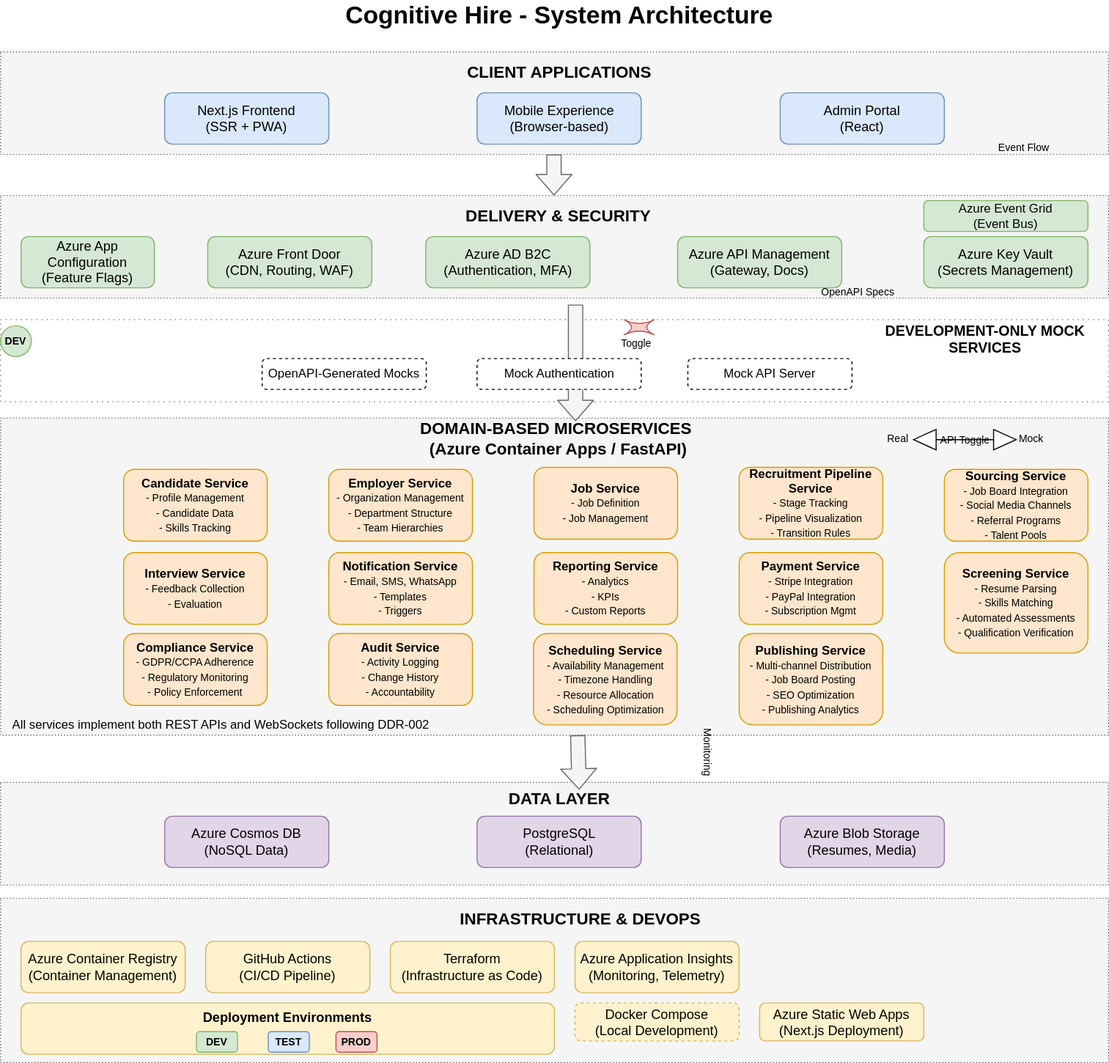
The draw.io diagram docs/architecture/diagrams/sys-architecture.svg in artha-nirman/cognitive-hire, before a commit. Source tidied: cells renumbered, new cells last; positions are measured from the earlier drawing's top-left corner, leaving out a move shared by most shapes.
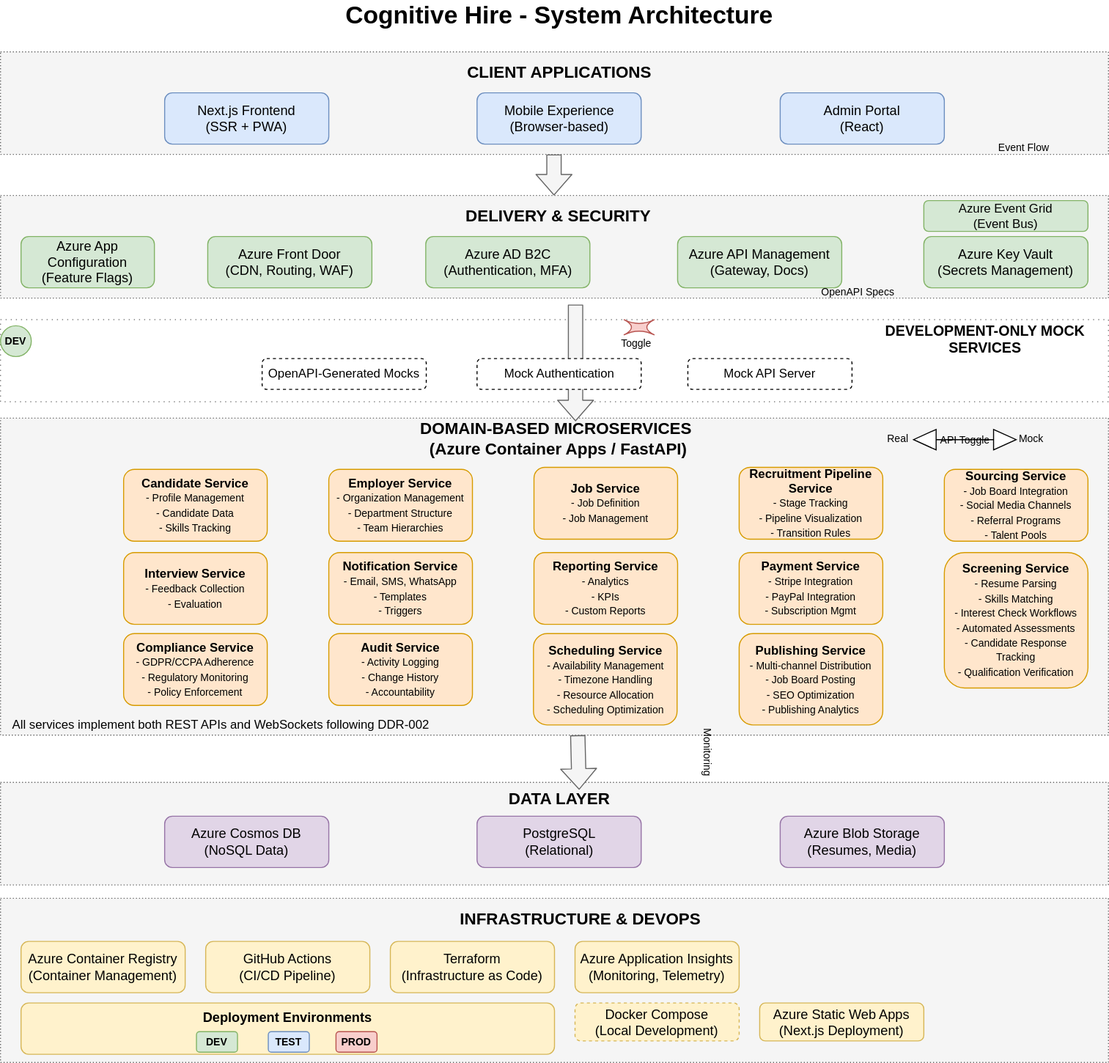
Above is the later version.

Change to the diagram source:
```diff
@@ -188,8 +188,8 @@
     <mxCell id="62" value="&lt;b&gt;Sourcing Service&lt;/b&gt;&lt;br&gt;&lt;font style=&quot;font-size: 10px;&quot;&gt;- Job Board Integration&lt;br&gt;- Social Media Channels&lt;br&gt;- Referral Programs&lt;br&gt;- Talent Pools&lt;/font&gt;" style="rounded=1;whiteSpace=wrap;html=1;fillColor=#ffe6cc;strokeColor=#d79b00;fontSize=12;" parent="1" vertex="1">
       <mxGeometry x="920" y="457" width="140" height="70" as="geometry" />
     </mxCell>
-    <mxCell id="63" value="&lt;b&gt;Screening Service&lt;/b&gt;&lt;br&gt;&lt;font style=&quot;font-size: 10px;&quot;&gt;- Resume Parsing&lt;br&gt;- Skills Matching&lt;br&gt;- Automated Assessments&lt;br&gt;- Qualification Verification&lt;/font&gt;" style="rounded=1;whiteSpace=wrap;html=1;fillColor=#ffe6cc;strokeColor=#d79b00;fontSize=12;" parent="1" vertex="1">
-      <mxGeometry x="920" y="538" width="140" height="98" as="geometry" />
+    <mxCell id="63" value="&lt;b&gt;Screening Service&lt;/b&gt;&lt;br&gt;&lt;font style=&quot;font-size: 10px;&quot;&gt;- Resume Parsing&lt;br&gt;- Skills Matching&lt;br&gt;- Interest Check Workflows&lt;br&gt;- Automated Assessments&lt;br&gt;- Candidate Response Tracking&lt;br&gt;- Qualification Verification&lt;/font&gt;" style="rounded=1;whiteSpace=wrap;html=1;fillColor=#ffe6cc;strokeColor=#d79b00;fontSize=12;" parent="1" vertex="1">
+      <mxGeometry x="920" y="538" width="140" height="132" as="geometry" />
     </mxCell>
     <mxCell id="64" value="&lt;b&gt;Publishing Service&lt;/b&gt;&lt;br&gt;&lt;font style=&quot;font-size: 10px;&quot;&gt;- Multi-channel Distribution&lt;br&gt;- Job Board Posting&lt;br&gt;- SEO Optimization&lt;br&gt;- Publishing Analytics&lt;/font&gt;" style="rounded=1;whiteSpace=wrap;html=1;fillColor=#ffe6cc;strokeColor=#d79b00;fontSize=12;" parent="1" vertex="1">
       <mxGeometry x="720" y="617" width="140" height="89" as="geometry" />
```
